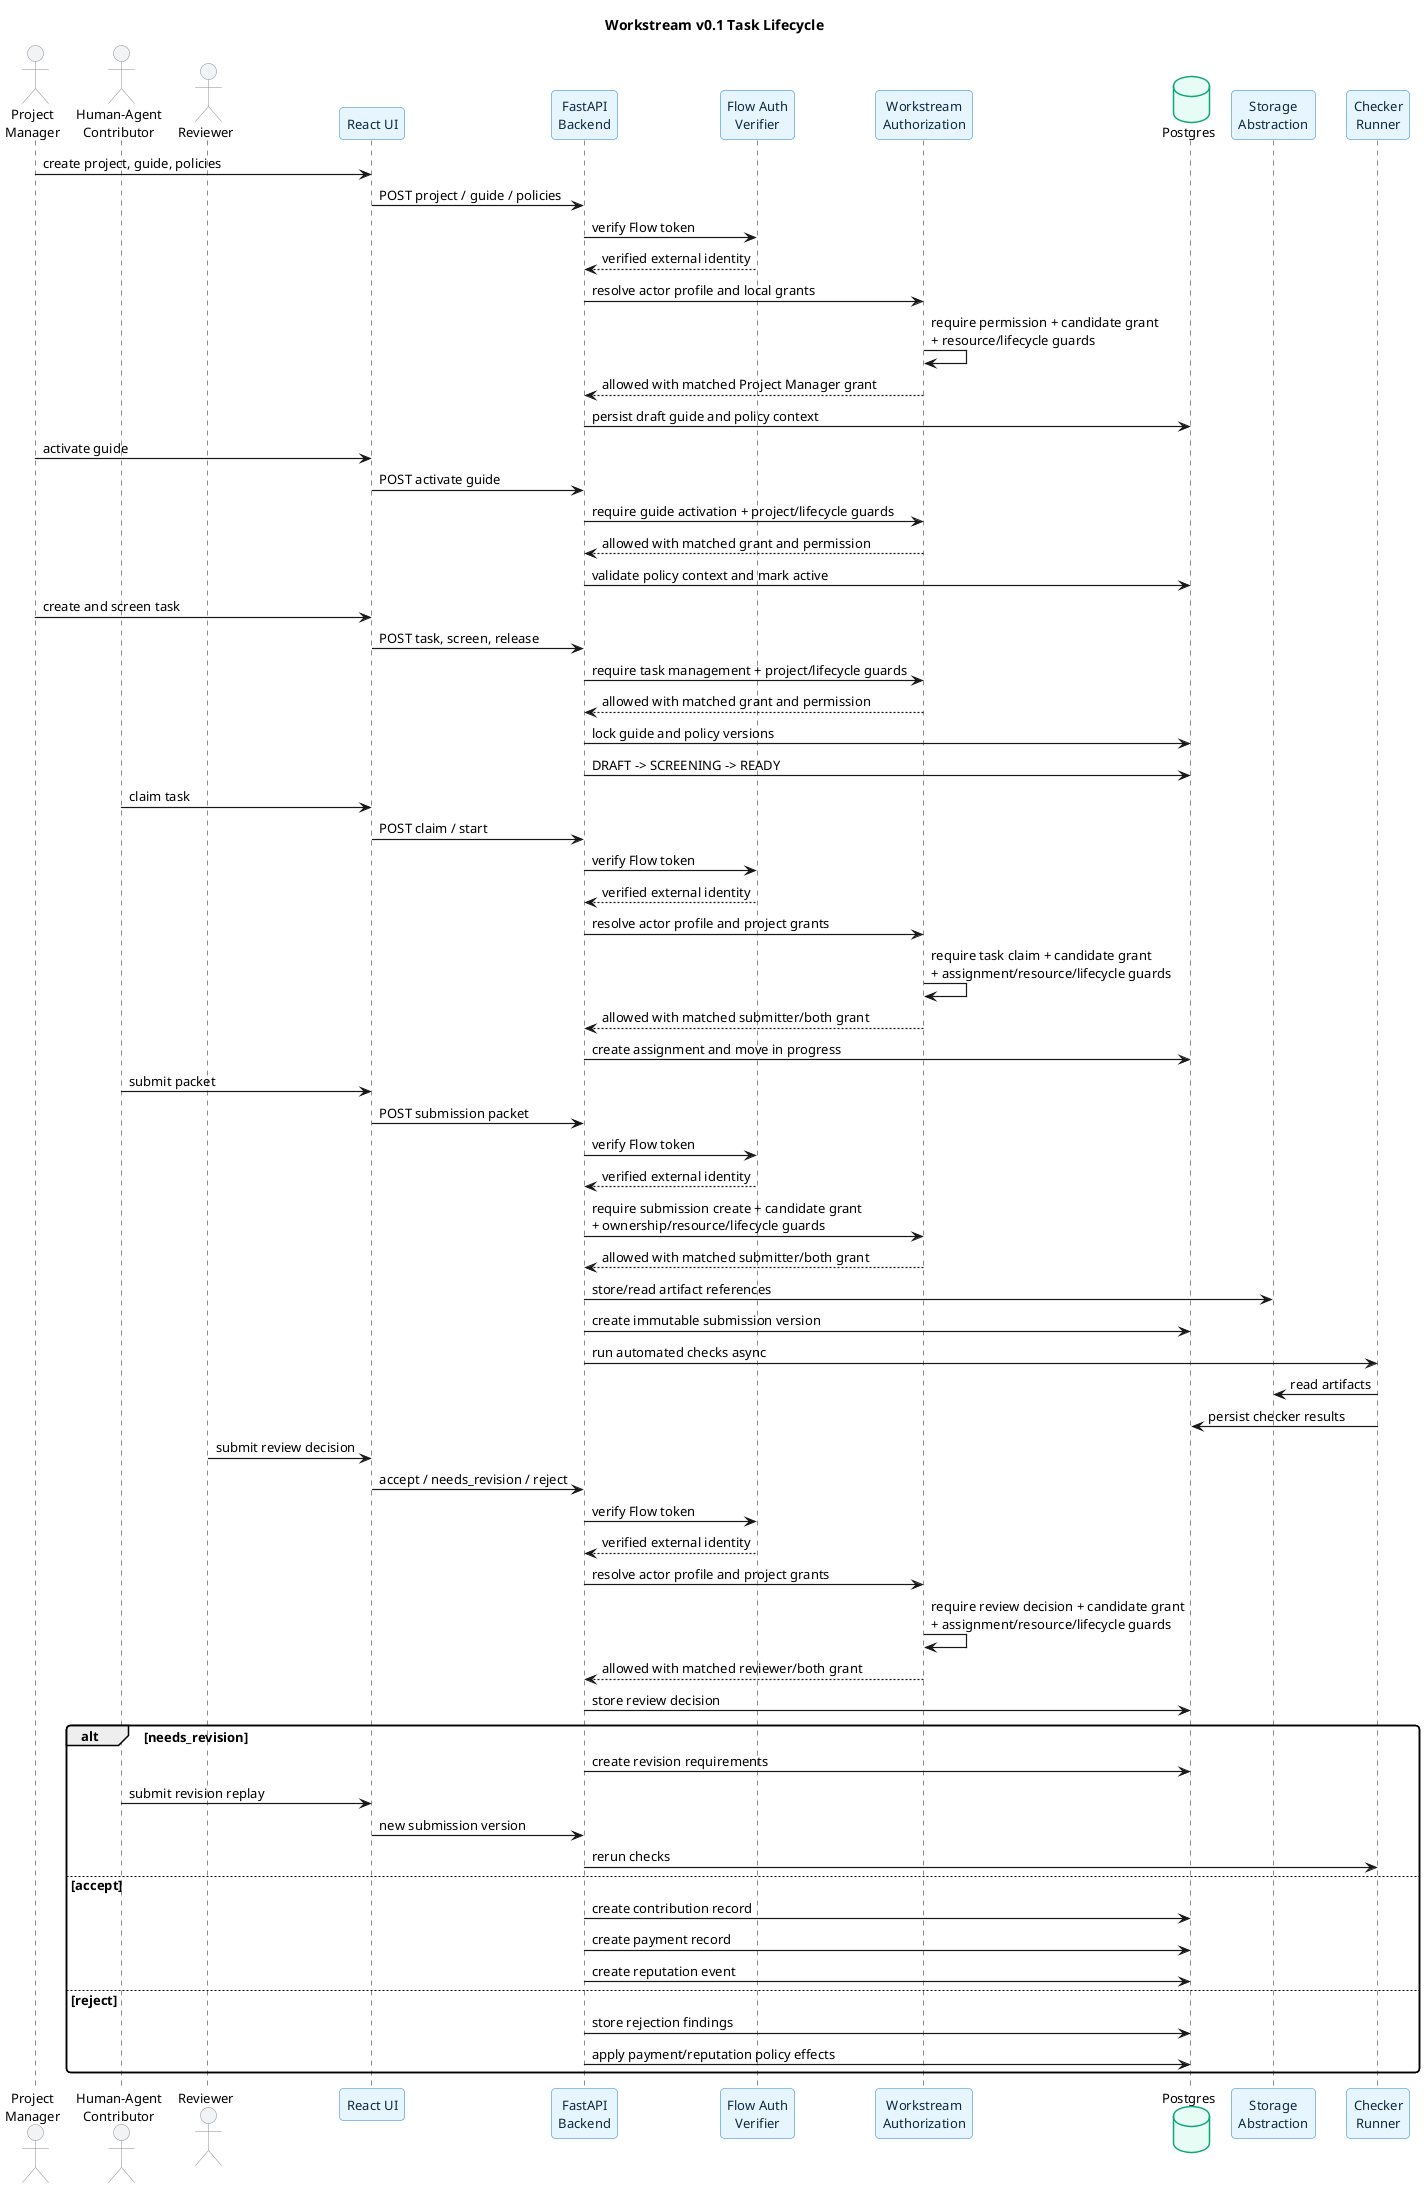
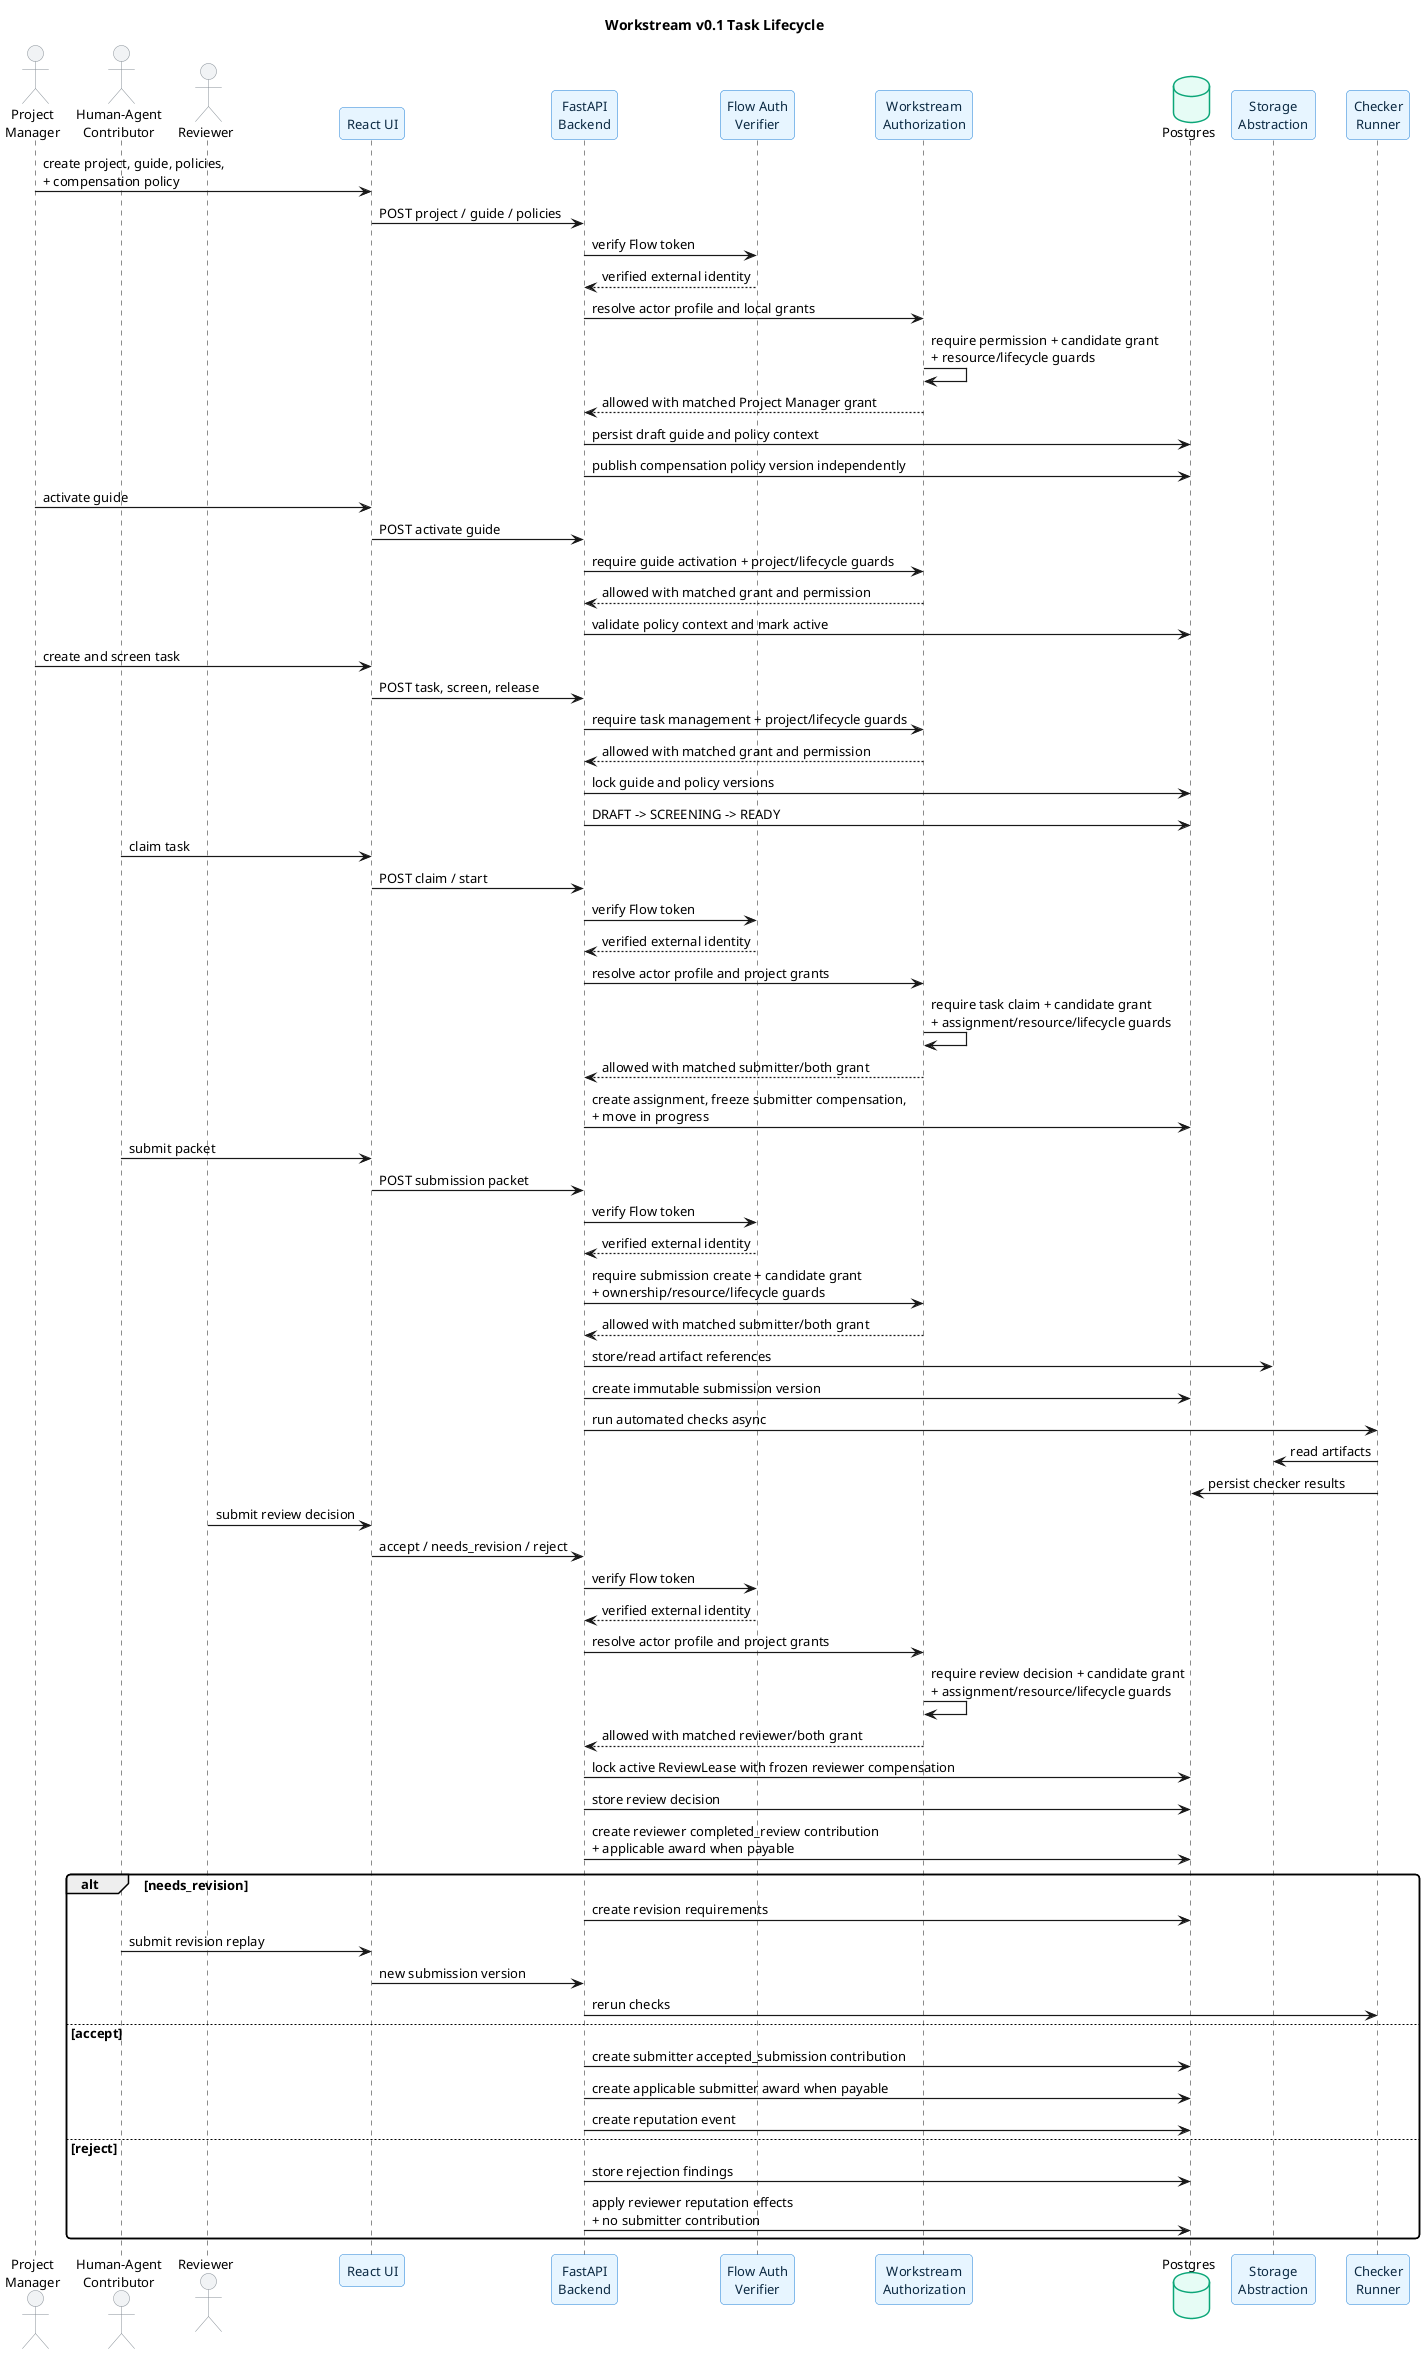
@startuml task_lifecycle_sequence
title Workstream v0.1 Task Lifecycle

skinparam backgroundColor #FFFFFF
skinparam shadowing false
skinparam roundcorner 8
skinparam defaultFontName Arial
skinparam defaultFontSize 13
skinparam SequenceArrowThickness 1.2
skinparam ParticipantBorderColor #1C7ED6
skinparam ParticipantBackgroundColor #E7F5FF
skinparam ParticipantFontColor #0B2942
skinparam ActorBorderColor #868E96
skinparam ActorBackgroundColor #F1F3F5
skinparam DatabaseBorderColor #0CA678
skinparam DatabaseBackgroundColor #E6FCF5

actor "Project\nManager" as PM
actor "Human-Agent\nContributor" as Contributor
actor Reviewer
participant "React UI" as UI
participant "FastAPI\nBackend" as API
participant "Flow Auth\nVerifier" as Auth
participant "Workstream\nAuthorization" as Authorization
database "Postgres" as DB
participant "Storage\nAbstraction" as Storage
participant "Checker\nRunner" as Checks

- PM -> UI : create project, guide, policies
+ PM -> UI : create project, guide, policies,\n+ compensation policy
UI -> API : POST project / guide / policies
API -> Auth : verify Flow token
Auth --> API : verified external identity
API -> Authorization : resolve actor profile and local grants
Authorization -> Authorization : require permission + candidate grant\n+ resource/lifecycle guards
Authorization --> API : allowed with matched Project Manager grant
API -> DB : persist draft guide and policy context
+ API -> DB : publish compensation policy version independently

PM -> UI : activate guide
UI -> API : POST activate guide
API -> Authorization : require guide activation + project/lifecycle guards
Authorization --> API : allowed with matched grant and permission
API -> DB : validate policy context and mark active

PM -> UI : create and screen task
UI -> API : POST task, screen, release
API -> Authorization : require task management + project/lifecycle guards
Authorization --> API : allowed with matched grant and permission
API -> DB : lock guide and policy versions
API -> DB : DRAFT -> SCREENING -> READY

Contributor -> UI : claim task
UI -> API : POST claim / start
API -> Auth : verify Flow token
Auth --> API : verified external identity
API -> Authorization : resolve actor profile and project grants
Authorization -> Authorization : require task claim + candidate grant\n+ assignment/resource/lifecycle guards
Authorization --> API : allowed with matched submitter/both grant
- API -> DB : create assignment and move in progress
+ API -> DB : create assignment, freeze submitter compensation,\n+ move in progress

Contributor -> UI : submit packet
UI -> API : POST submission packet
API -> Auth : verify Flow token
Auth --> API : verified external identity
API -> Authorization : require submission create + candidate grant\n+ ownership/resource/lifecycle guards
Authorization --> API : allowed with matched submitter/both grant
API -> Storage : store/read artifact references
API -> DB : create immutable submission version

API -> Checks : run automated checks async
Checks -> Storage : read artifacts
Checks -> DB : persist checker results

Reviewer -> UI : submit review decision
UI -> API : accept / needs_revision / reject
API -> Auth : verify Flow token
Auth --> API : verified external identity
API -> Authorization : resolve actor profile and project grants
Authorization -> Authorization : require review decision + candidate grant\n+ assignment/resource/lifecycle guards
Authorization --> API : allowed with matched reviewer/both grant
+ API -> DB : lock active ReviewLease with frozen reviewer compensation
API -> DB : store review decision
+ API -> DB : create reviewer completed_review contribution\n+ applicable award when payable

alt needs_revision
  API -> DB : create revision requirements
  Contributor -> UI : submit revision replay
  UI -> API : new submission version
  API -> Checks : rerun checks
else accept
-   API -> DB : create contribution record
-   API -> DB : create payment record
+   API -> DB : create submitter accepted_submission contribution
+   API -> DB : create applicable submitter award when payable
  API -> DB : create reputation event
else reject
  API -> DB : store rejection findings
-   API -> DB : apply payment/reputation policy effects
+   API -> DB : apply reviewer reputation effects\n+ no submitter contribution
end
@enduml
